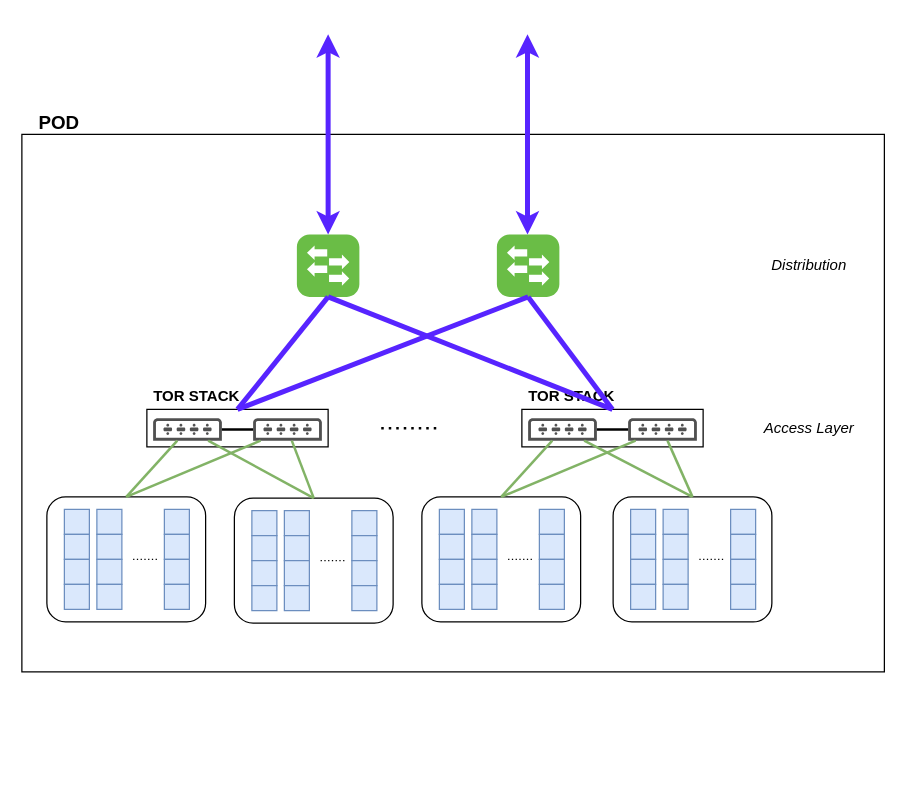
Before: Cloud architecture.drawio in sugchand/drawio, a draw.io diagram. Source tidied: cells renumbered, new cells numbered last; positions are measured from the earlier drawing's top-left corner, leaving out a move shared by most shapes. Both pictures are drawn from the tidied source at 125%, with x=0, y=0 at pixel (21, 34).
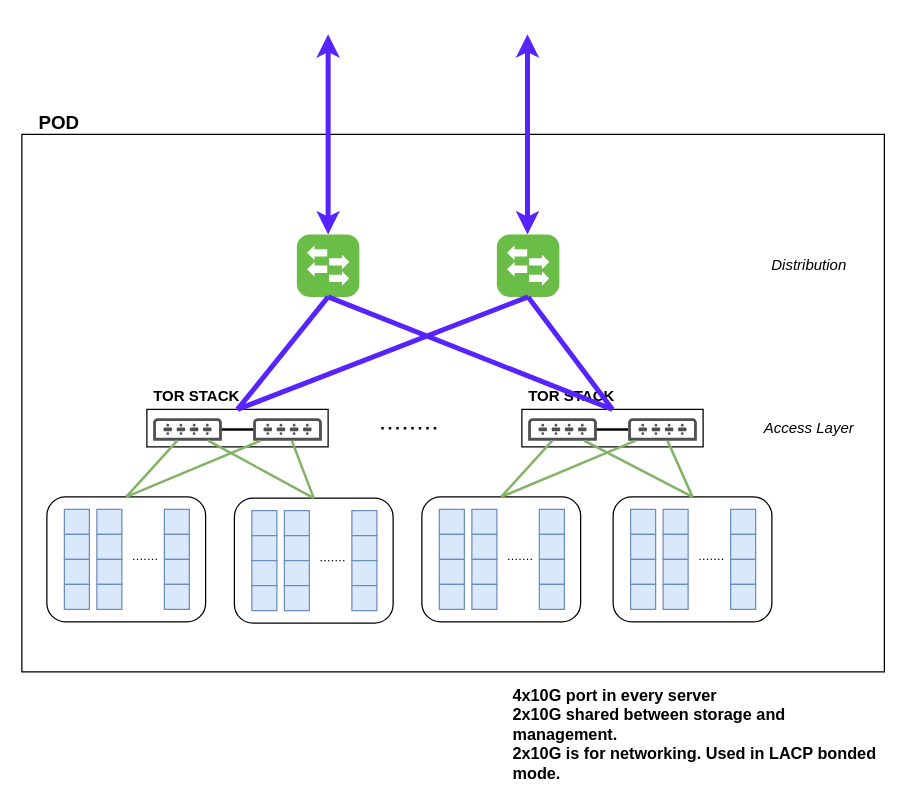
After the change.

What changed in the source:
```diff
@@
+    <mxCell id="111" value="&lt;font style=&quot;font-size: 13px&quot;&gt;&lt;b&gt;4x10G port in every server&lt;br&gt;2x10G shared between storage and management.&lt;br&gt;2x10G is for networking. Used in LACP bonded mode.&lt;/b&gt;&lt;/font&gt;" style="text;html=1;strokeColor=none;fillColor=none;align=left;verticalAlign=middle;whiteSpace=wrap;rounded=0;" parent="1" vertex="1">
+      <mxGeometry x="390.5" y="530" width="295" height="60" as="geometry" />
+    </mxCell>
```
